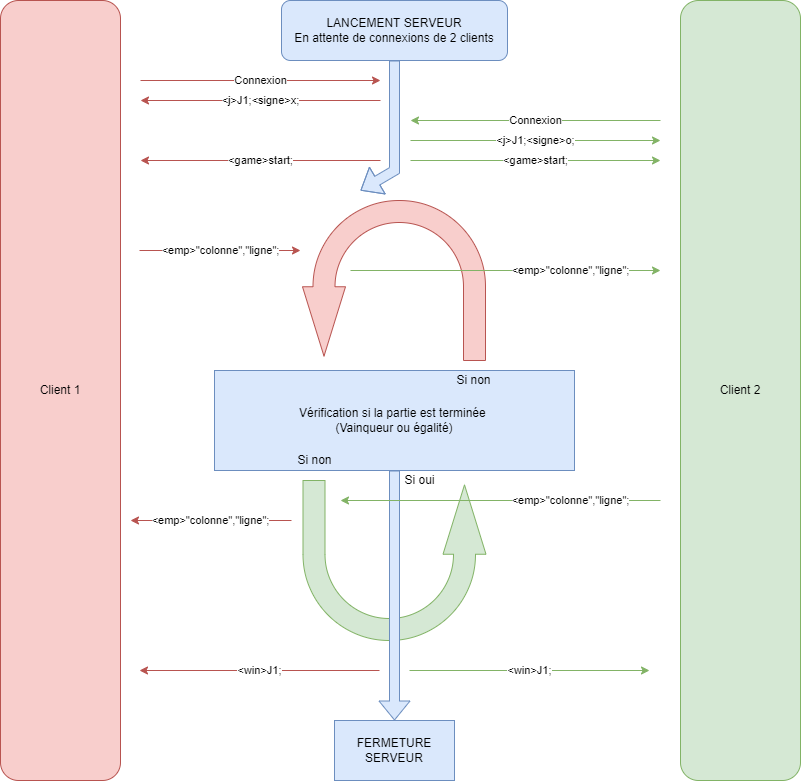
Pandaglas/projet_morpion keeps this draw.io diagram as notes/fonctionnement_serveur.png. Above is the earlier version. Source tidied: cells renumbered, new cells last; positions are measured from the earlier drawing's top-left corner, leaving out a move shared by most shapes. Its diagram source:
```xml
<mxGraphModel>
  <root>
    <mxCell id="0" />
    <mxCell id="1" parent="0" />
    <mxCell id="2" value="LANCEMENT SERVEUR&lt;br&gt;En attente de connexions de 2 clients" style="rounded=1;whiteSpace=wrap;html=1;fillColor=#dae8fc;strokeColor=#6c8ebf;" parent="1" vertex="1">
      <mxGeometry x="281" width="226" height="60" as="geometry" />
    </mxCell>
    <mxCell id="3" style="shape=flexArrow;endArrow=classic;html=1;rounded=0;exitX=0.5;exitY=1;exitDx=0;exitDy=0;fillColor=#dae8fc;strokeColor=#6c8ebf;" parent="1" edge="1" source="2">
      <mxGeometry relative="1" as="geometry">
        <mxPoint x="360" y="190" as="targetPoint" />
        <Array as="points">
          <mxPoint x="394" y="170" />
        </Array>
      </mxGeometry>
    </mxCell>
    <mxCell id="4" value="Connexion" style="endArrow=classic;html=1;rounded=0;fillColor=#f8cecc;strokeColor=#b85450;" parent="1" edge="1">
      <mxGeometry relative="1" as="geometry">
        <mxPoint x="140" y="80" as="sourcePoint" />
        <mxPoint x="380" y="80" as="targetPoint" />
      </mxGeometry>
    </mxCell>
    <mxCell id="5" value="&amp;lt;j&amp;gt;J1;&amp;lt;signe&amp;gt;x;" style="endArrow=classic;html=1;rounded=0;fillColor=#f8cecc;strokeColor=#b85450;" parent="1" edge="1">
      <mxGeometry relative="1" as="geometry">
        <mxPoint x="380" y="100" as="sourcePoint" />
        <mxPoint x="140" y="100" as="targetPoint" />
      </mxGeometry>
    </mxCell>
    <mxCell id="6" value="Connexion" style="endArrow=classic;html=1;rounded=0;fillColor=#d5e8d4;strokeColor=#82b366;" parent="1" edge="1">
      <mxGeometry relative="1" as="geometry">
        <mxPoint x="660" y="120" as="sourcePoint" />
        <mxPoint x="410" y="120" as="targetPoint" />
      </mxGeometry>
    </mxCell>
    <mxCell id="7" value="&amp;lt;j&amp;gt;J1;&amp;lt;signe&amp;gt;o;" style="endArrow=classic;html=1;rounded=0;fillColor=#d5e8d4;strokeColor=#82b366;" parent="1" edge="1">
      <mxGeometry relative="1" as="geometry">
        <mxPoint x="410" y="140" as="sourcePoint" />
        <mxPoint x="660" y="140" as="targetPoint" />
      </mxGeometry>
    </mxCell>
    <mxCell id="8" value="&amp;lt;game&amp;gt;start;" style="endArrow=classic;html=1;rounded=0;fillColor=#f8cecc;strokeColor=#b85450;" parent="1" edge="1">
      <mxGeometry relative="1" as="geometry">
        <mxPoint x="380" y="160" as="sourcePoint" />
        <mxPoint x="140" y="160" as="targetPoint" />
      </mxGeometry>
    </mxCell>
    <mxCell id="9" value="&amp;lt;game&amp;gt;start;" style="endArrow=classic;html=1;rounded=0;fillColor=#d5e8d4;strokeColor=#82b366;" parent="1" edge="1">
      <mxGeometry relative="1" as="geometry">
        <mxPoint x="410" y="160" as="sourcePoint" />
        <mxPoint x="660" y="160" as="targetPoint" />
      </mxGeometry>
    </mxCell>
    <mxCell id="10" style="html=1;shadow=0;dashed=0;align=center;verticalAlign=middle;shape=mxgraph.arrows2.uTurnArrow;dy=11;arrowHead=43;dx2=69.41;direction=south;flipH=1;fillColor=#f8cecc;strokeColor=#b85450;" parent="1" vertex="1">
      <mxGeometry x="302" y="200" width="183" height="160" as="geometry" />
    </mxCell>
    <mxCell id="11" value="Vérification si la partie est terminée&amp;nbsp;&lt;br&gt;(Vainqueur ou égalité)" style="rounded=0;whiteSpace=wrap;html=1;fillColor=#dae8fc;strokeColor=#6c8ebf;" parent="1" vertex="1">
      <mxGeometry x="214" y="370" width="360" height="100" as="geometry" />
    </mxCell>
    <mxCell id="12" value="Si non" style="text;html=1;strokeColor=none;fillColor=none;align=center;verticalAlign=middle;whiteSpace=wrap;rounded=0;" parent="1" vertex="1">
      <mxGeometry x="295" y="450" width="39" height="20" as="geometry" />
    </mxCell>
    <mxCell id="13" value="Si non" style="text;html=1;strokeColor=none;fillColor=none;align=center;verticalAlign=middle;whiteSpace=wrap;rounded=0;" parent="1" vertex="1">
      <mxGeometry x="454" y="370" width="39" height="20" as="geometry" />
    </mxCell>
    <mxCell id="14" value="Si oui" style="text;html=1;strokeColor=none;fillColor=none;align=center;verticalAlign=middle;whiteSpace=wrap;rounded=0;" parent="1" vertex="1">
      <mxGeometry x="400" y="470" width="39" height="20" as="geometry" />
    </mxCell>
    <mxCell id="15" value="&amp;lt;win&amp;gt;J1;" style="endArrow=classic;html=1;rounded=0;fillColor=#f8cecc;strokeColor=#b85450;" parent="1" edge="1">
      <mxGeometry relative="1" as="geometry">
        <mxPoint x="379" y="670" as="sourcePoint" />
        <mxPoint x="139" y="670" as="targetPoint" />
      </mxGeometry>
    </mxCell>
    <mxCell id="16" value="&amp;lt;win&amp;gt;J1;" style="endArrow=classic;html=1;rounded=0;fillColor=#d5e8d4;strokeColor=#82b366;" parent="1" edge="1">
      <mxGeometry relative="1" as="geometry">
        <mxPoint x="409" y="670" as="sourcePoint" />
        <mxPoint x="649" y="670" as="targetPoint" />
      </mxGeometry>
    </mxCell>
    <mxCell id="17" value="&amp;lt;emp&amp;gt;&quot;colonne&quot;,&quot;ligne&quot;;" style="endArrow=classic;html=1;rounded=0;fillColor=#f8cecc;strokeColor=#b85450;" parent="1" edge="1">
      <mxGeometry relative="1" as="geometry">
        <mxPoint x="139" y="250" as="sourcePoint" />
        <mxPoint x="300" y="250" as="targetPoint" />
      </mxGeometry>
    </mxCell>
    <mxCell id="18" value="&amp;lt;emp&amp;gt;&quot;colonne&quot;,&quot;ligne&quot;;" style="endArrow=classic;html=1;rounded=0;fillColor=#d5e8d4;strokeColor=#82b366;" parent="1" edge="1">
      <mxGeometry x="0.42" relative="1" as="geometry">
        <mxPoint x="350" y="270" as="sourcePoint" />
        <mxPoint x="660" y="270" as="targetPoint" />
      </mxGeometry>
    </mxCell>
    <mxCell id="19" style="html=1;shadow=0;dashed=0;align=center;verticalAlign=middle;shape=mxgraph.arrows2.uTurnArrow;dy=11;arrowHead=43;dx2=69.41;direction=south;flipH=0;fillColor=#d5e8d4;strokeColor=#82b366;flipV=1;" parent="1" vertex="1">
      <mxGeometry x="302.5" y="480" width="183" height="160" as="geometry" />
    </mxCell>
    <mxCell id="20" style="shape=flexArrow;endArrow=classic;html=1;rounded=0;exitX=0.5;exitY=1;exitDx=0;exitDy=0;fillColor=#dae8fc;strokeColor=#6c8ebf;entryX=0.5;entryY=0;entryDx=0;entryDy=0;" parent="1" edge="1" source="11" target="21">
      <mxGeometry relative="1" as="geometry" />
    </mxCell>
    <mxCell id="21" value="FERMETURE SERVEUR" style="rounded=0;whiteSpace=wrap;html=1;fillColor=#dae8fc;strokeColor=#6c8ebf;" parent="1" vertex="1">
      <mxGeometry x="334" y="720" width="120" height="60" as="geometry" />
    </mxCell>
    <mxCell id="22" value="&amp;lt;emp&amp;gt;&quot;colonne&quot;,&quot;ligne&quot;;" style="endArrow=classic;html=1;rounded=0;fillColor=#f8cecc;strokeColor=#b85450;" parent="1" edge="1">
      <mxGeometry relative="1" as="geometry">
        <mxPoint x="291" y="520" as="sourcePoint" />
        <mxPoint x="130" y="520" as="targetPoint" />
      </mxGeometry>
    </mxCell>
    <mxCell id="23" value="&amp;lt;emp&amp;gt;&quot;colonne&quot;,&quot;ligne&quot;;" style="endArrow=classic;html=1;rounded=0;fillColor=#d5e8d4;strokeColor=#82b366;" parent="1" edge="1">
      <mxGeometry x="-0.44" relative="1" as="geometry">
        <mxPoint x="660" y="500" as="sourcePoint" />
        <mxPoint x="340" y="500" as="targetPoint" />
      </mxGeometry>
    </mxCell>
    <mxCell id="24" value="Client 1" style="rounded=1;whiteSpace=wrap;html=1;fillColor=#f8cecc;strokeColor=#b85450;" parent="1" vertex="1">
      <mxGeometry width="120" height="780" as="geometry" />
    </mxCell>
    <mxCell id="25" value="Client 2" style="rounded=1;whiteSpace=wrap;html=1;fillColor=#d5e8d4;strokeColor=#82b366;" parent="1" vertex="1">
      <mxGeometry x="680" width="120" height="780" as="geometry" />
    </mxCell>
  </root>
</mxGraphModel>
```
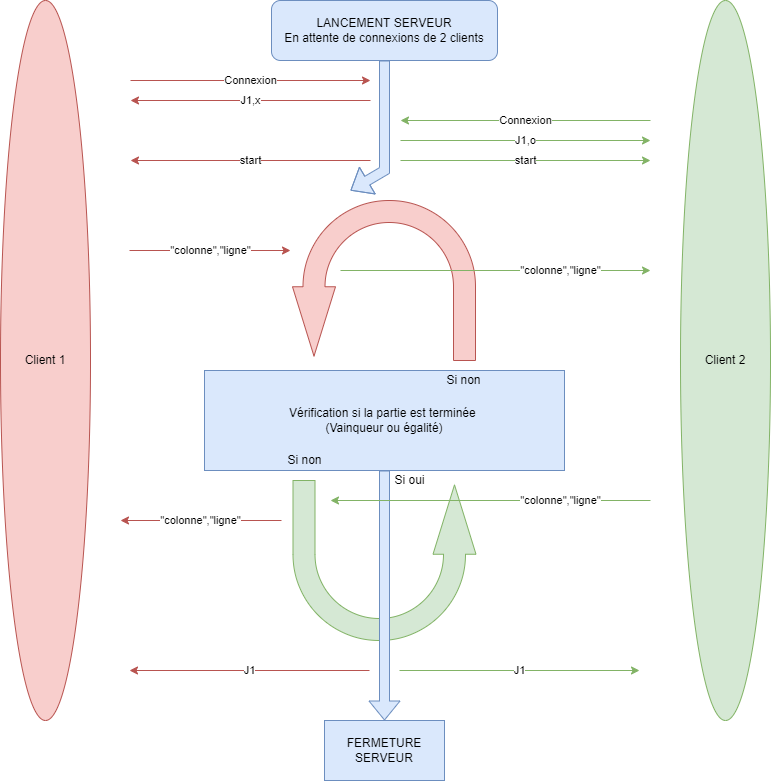
After the commit.

Commit message:
MAJ schéma fonctionnement serveur

Enlève les balises dans les messages

Change to the diagram source:
```diff
@@ -13,13 +13,19 @@
         </Array>
       </mxGeometry>
     </mxCell>
+    <mxCell id="25" value="Client 2" style="ellipse;whiteSpace=wrap;html=1;fillColor=#d5e8d4;strokeColor=#82b366;" parent="1" vertex="1">
+      <mxGeometry x="690" width="90" height="720" as="geometry" />
+    </mxCell>
+    <mxCell id="24" value="Client 1" style="ellipse;whiteSpace=wrap;html=1;fillColor=#f8cecc;strokeColor=#b85450;" parent="1" vertex="1">
+      <mxGeometry x="10" width="90" height="720" as="geometry" />
+    </mxCell>
     <mxCell id="4" value="Connexion" style="endArrow=classic;html=1;rounded=0;fillColor=#f8cecc;strokeColor=#b85450;" parent="1" edge="1">
       <mxGeometry relative="1" as="geometry">
         <mxPoint x="140" y="80" as="sourcePoint" />
         <mxPoint x="380" y="80" as="targetPoint" />
       </mxGeometry>
     </mxCell>
-    <mxCell id="5" value="&amp;lt;j&amp;gt;J1;&amp;lt;signe&amp;gt;x;" style="endArrow=classic;html=1;rounded=0;fillColor=#f8cecc;strokeColor=#b85450;" parent="1" edge="1">
+    <mxCell id="5" value="J1,x" style="endArrow=classic;html=1;rounded=0;fillColor=#f8cecc;strokeColor=#b85450;" parent="1" edge="1">
       <mxGeometry relative="1" as="geometry">
         <mxPoint x="380" y="100" as="sourcePoint" />
         <mxPoint x="140" y="100" as="targetPoint" />
@@ -31,19 +37,19 @@
         <mxPoint x="410" y="120" as="targetPoint" />
       </mxGeometry>
     </mxCell>
-    <mxCell id="7" value="&amp;lt;j&amp;gt;J1;&amp;lt;signe&amp;gt;o;" style="endArrow=classic;html=1;rounded=0;fillColor=#d5e8d4;strokeColor=#82b366;" parent="1" edge="1">
+    <mxCell id="7" value="J1,o" style="endArrow=classic;html=1;rounded=0;fillColor=#d5e8d4;strokeColor=#82b366;" parent="1" edge="1">
       <mxGeometry relative="1" as="geometry">
         <mxPoint x="410" y="140" as="sourcePoint" />
         <mxPoint x="660" y="140" as="targetPoint" />
       </mxGeometry>
     </mxCell>
-    <mxCell id="8" value="&amp;lt;game&amp;gt;start;" style="endArrow=classic;html=1;rounded=0;fillColor=#f8cecc;strokeColor=#b85450;" parent="1" edge="1">
+    <mxCell id="8" value="start" style="endArrow=classic;html=1;rounded=0;fillColor=#f8cecc;strokeColor=#b85450;" parent="1" edge="1">
       <mxGeometry relative="1" as="geometry">
         <mxPoint x="380" y="160" as="sourcePoint" />
         <mxPoint x="140" y="160" as="targetPoint" />
       </mxGeometry>
     </mxCell>
-    <mxCell id="9" value="&amp;lt;game&amp;gt;start;" style="endArrow=classic;html=1;rounded=0;fillColor=#d5e8d4;strokeColor=#82b366;" parent="1" edge="1">
+    <mxCell id="9" value="start" style="endArrow=classic;html=1;rounded=0;fillColor=#d5e8d4;strokeColor=#82b366;" parent="1" edge="1">
       <mxGeometry relative="1" as="geometry">
         <mxPoint x="410" y="160" as="sourcePoint" />
         <mxPoint x="660" y="160" as="targetPoint" />
@@ -64,25 +70,25 @@
     <mxCell id="14" value="Si oui" style="text;html=1;strokeColor=none;fillColor=none;align=center;verticalAlign=middle;whiteSpace=wrap;rounded=0;" parent="1" vertex="1">
       <mxGeometry x="400" y="470" width="39" height="20" as="geometry" />
     </mxCell>
-    <mxCell id="15" value="&amp;lt;win&amp;gt;J1;" style="endArrow=classic;html=1;rounded=0;fillColor=#f8cecc;strokeColor=#b85450;" parent="1" edge="1">
+    <mxCell id="15" value="J1" style="endArrow=classic;html=1;rounded=0;fillColor=#f8cecc;strokeColor=#b85450;" parent="1" edge="1">
       <mxGeometry relative="1" as="geometry">
         <mxPoint x="379" y="670" as="sourcePoint" />
         <mxPoint x="139" y="670" as="targetPoint" />
       </mxGeometry>
     </mxCell>
-    <mxCell id="16" value="&amp;lt;win&amp;gt;J1;" style="endArrow=classic;html=1;rounded=0;fillColor=#d5e8d4;strokeColor=#82b366;" parent="1" edge="1">
+    <mxCell id="16" value="J1" style="endArrow=classic;html=1;rounded=0;fillColor=#d5e8d4;strokeColor=#82b366;" parent="1" edge="1">
       <mxGeometry relative="1" as="geometry">
         <mxPoint x="409" y="670" as="sourcePoint" />
         <mxPoint x="649" y="670" as="targetPoint" />
       </mxGeometry>
     </mxCell>
-    <mxCell id="17" value="&amp;lt;emp&amp;gt;&quot;colonne&quot;,&quot;ligne&quot;;" style="endArrow=classic;html=1;rounded=0;fillColor=#f8cecc;strokeColor=#b85450;" parent="1" edge="1">
+    <mxCell id="17" value="&quot;colonne&quot;,&quot;ligne&quot;" style="endArrow=classic;html=1;rounded=0;fillColor=#f8cecc;strokeColor=#b85450;" parent="1" edge="1">
       <mxGeometry relative="1" as="geometry">
         <mxPoint x="139" y="250" as="sourcePoint" />
         <mxPoint x="300" y="250" as="targetPoint" />
       </mxGeometry>
     </mxCell>
-    <mxCell id="18" value="&amp;lt;emp&amp;gt;&quot;colonne&quot;,&quot;ligne&quot;;" style="endArrow=classic;html=1;rounded=0;fillColor=#d5e8d4;strokeColor=#82b366;" parent="1" edge="1">
+    <mxCell id="18" value="&quot;colonne&quot;,&quot;ligne&quot;" style="endArrow=classic;html=1;rounded=0;fillColor=#d5e8d4;strokeColor=#82b366;" parent="1" edge="1">
       <mxGeometry x="0.42" relative="1" as="geometry">
         <mxPoint x="350" y="270" as="sourcePoint" />
         <mxPoint x="660" y="270" as="targetPoint" />
@@ -97,23 +103,17 @@
     <mxCell id="21" value="FERMETURE SERVEUR" style="rounded=0;whiteSpace=wrap;html=1;fillColor=#dae8fc;strokeColor=#6c8ebf;" parent="1" vertex="1">
       <mxGeometry x="334" y="720" width="120" height="60" as="geometry" />
     </mxCell>
-    <mxCell id="22" value="&amp;lt;emp&amp;gt;&quot;colonne&quot;,&quot;ligne&quot;;" style="endArrow=classic;html=1;rounded=0;fillColor=#f8cecc;strokeColor=#b85450;" parent="1" edge="1">
+    <mxCell id="22" value="&quot;colonne&quot;,&quot;ligne&quot;" style="endArrow=classic;html=1;rounded=0;fillColor=#f8cecc;strokeColor=#b85450;" parent="1" edge="1">
       <mxGeometry relative="1" as="geometry">
         <mxPoint x="291" y="520" as="sourcePoint" />
         <mxPoint x="130" y="520" as="targetPoint" />
       </mxGeometry>
     </mxCell>
-    <mxCell id="23" value="&amp;lt;emp&amp;gt;&quot;colonne&quot;,&quot;ligne&quot;;" style="endArrow=classic;html=1;rounded=0;fillColor=#d5e8d4;strokeColor=#82b366;" parent="1" edge="1">
+    <mxCell id="23" value="&quot;colonne&quot;,&quot;ligne&quot;" style="endArrow=classic;html=1;rounded=0;fillColor=#d5e8d4;strokeColor=#82b366;" parent="1" edge="1">
       <mxGeometry x="-0.44" relative="1" as="geometry">
         <mxPoint x="660" y="500" as="sourcePoint" />
         <mxPoint x="340" y="500" as="targetPoint" />
       </mxGeometry>
     </mxCell>
-    <mxCell id="24" value="Client 1" style="rounded=1;whiteSpace=wrap;html=1;fillColor=#f8cecc;strokeColor=#b85450;" parent="1" vertex="1">
-      <mxGeometry width="120" height="780" as="geometry" />
-    </mxCell>
-    <mxCell id="25" value="Client 2" style="rounded=1;whiteSpace=wrap;html=1;fillColor=#d5e8d4;strokeColor=#82b366;" parent="1" vertex="1">
-      <mxGeometry x="680" width="120" height="780" as="geometry" />
-    </mxCell>
   </root>
 </mxGraphModel>
```
